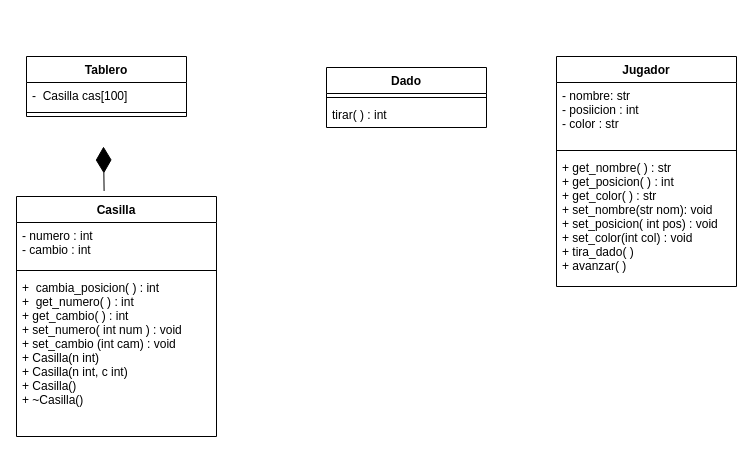
Before: Semana3/serpientes.drawio in GruposTEC/FJ22TC1033.201, a draw.io diagram. Source tidied: cells renumbered, new cells numbered last; positions are measured from the earlier drawing's top-left corner, leaving out a move shared by most shapes. Both pictures are drawn from the tidied source at 100%, with x=0, y=0 at pixel (16, 56).
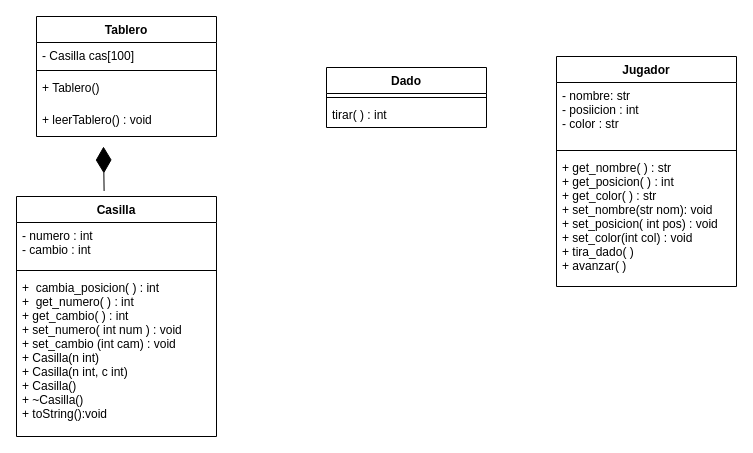
The same diagram, later.

The edit, as a diff of the source:
```diff
@@
 <mxGraphModel>
   <root>
     <mxCell id="0" />
     <mxCell id="1" parent="0" />
     <mxCell id="2" value="Casilla" style="swimlane;fontStyle=1;align=center;verticalAlign=top;horizontal=1;startSize=26;" parent="1" vertex="1">
       <mxGeometry y="140" width="200" height="240" as="geometry" />
     </mxCell>
     <mxCell id="3" value="- numero : int&#10;- cambio : int" style="text;strokeColor=none;fillColor=none;align=left;verticalAlign=top;spacingLeft=4;spacingRight=4;overflow=hidden;" parent="2" vertex="1">
       <mxGeometry y="26" width="200" height="44" as="geometry" />
     </mxCell>
     <mxCell id="4" style="line;strokeWidth=1;fillColor=none;align=left;verticalAlign=middle;spacingTop=-1;spacingLeft=3;spacingRight=3;labelPosition=right;" parent="2" vertex="1">
       <mxGeometry y="70" width="200" height="8" as="geometry" />
     </mxCell>
-    <mxCell id="5" value="+  cambia_posicion( ) : int&#10;+  get_numero( ) : int&#10;+ get_cambio( ) : int&#10;+ set_numero( int num ) : void&#10;+ set_cambio (int cam) : void&#10;+ Casilla(n int)&#10;+ Casilla(n int, c int)&#10;+ Casilla()&#10;+ ~Casilla()" style="text;strokeColor=none;fillColor=none;align=left;verticalAlign=top;spacingLeft=4;spacingRight=4;overflow=hidden;" parent="2" vertex="1">
+    <mxCell id="5" value="+  cambia_posicion( ) : int&#10;+  get_numero( ) : int&#10;+ get_cambio( ) : int&#10;+ set_numero( int num ) : void&#10;+ set_cambio (int cam) : void&#10;+ Casilla(n int)&#10;+ Casilla(n int, c int)&#10;+ Casilla()&#10;+ ~Casilla()&#10;+ toString():void" style="text;strokeColor=none;fillColor=none;align=left;verticalAlign=top;spacingLeft=4;spacingRight=4;overflow=hidden;" parent="2" vertex="1">
       <mxGeometry y="78" width="200" height="162" as="geometry" />
     </mxCell>
-    <mxCell id="6" value="Tablero" style="swimlane;fontStyle=1;align=center;verticalAlign=top;horizontal=1;startSize=26;" parent="1" vertex="1">
-      <mxGeometry x="10" width="160" height="60" as="geometry" />
-    </mxCell>
-    <mxCell id="7" value="-  Casilla cas[100]" style="text;strokeColor=none;fillColor=none;align=left;verticalAlign=top;spacingLeft=4;spacingRight=4;overflow=hidden;" parent="6" vertex="1">
-      <mxGeometry y="26" width="160" height="26" as="geometry" />
-    </mxCell>
-    <mxCell id="8" style="line;strokeWidth=1;fillColor=none;align=left;verticalAlign=middle;spacingTop=-1;spacingLeft=3;spacingRight=3;labelPosition=right;" parent="6" vertex="1">
-      <mxGeometry y="52" width="160" height="8" as="geometry" />
-    </mxCell>
     <mxCell id="9" style="endArrow=diamondThin;endFill=1;endSize=24;html=1;exitX=0.438;exitY=-0.023;exitDx=0;exitDy=0;exitPerimeter=0;entryX=0.481;entryY=1.154;entryDx=0;entryDy=0;entryPerimeter=0;" parent="1" edge="1" source="2">
       <mxGeometry relative="1" as="geometry">
         <mxPoint x="87" y="90" as="targetPoint" />
       </mxGeometry>
     </mxCell>
     <mxCell id="10" value="Dado" style="swimlane;fontStyle=1;align=center;verticalAlign=top;horizontal=1;startSize=26;" parent="1" vertex="1">
       <mxGeometry x="310" y="11" width="160" height="60" as="geometry" />
     </mxCell>
     <mxCell id="11" style="line;strokeWidth=1;fillColor=none;align=left;verticalAlign=middle;spacingTop=-1;spacingLeft=3;spacingRight=3;labelPosition=right;" parent="10" vertex="1">
       <mxGeometry y="26" width="160" height="8" as="geometry" />
     </mxCell>
     <mxCell id="12" value="tirar( ) : int" style="text;strokeColor=none;fillColor=none;align=left;verticalAlign=top;spacingLeft=4;spacingRight=4;overflow=hidden;" parent="10" vertex="1">
       <mxGeometry y="34" width="160" height="26" as="geometry" />
     </mxCell>
     <mxCell id="13" value="Jugador" style="swimlane;fontStyle=1;align=center;verticalAlign=top;horizontal=1;startSize=26;" parent="1" vertex="1">
       <mxGeometry x="540" width="180" height="230" as="geometry" />
     </mxCell>
     <mxCell id="14" value="- nombre: str&#10;- posiicion : int&#10;- color : str" style="text;strokeColor=none;fillColor=none;align=left;verticalAlign=top;spacingLeft=4;spacingRight=4;overflow=hidden;" parent="13" vertex="1">
       <mxGeometry y="26" width="180" height="64" as="geometry" />
     </mxCell>
     <mxCell id="15" style="line;strokeWidth=1;fillColor=none;align=left;verticalAlign=middle;spacingTop=-1;spacingLeft=3;spacingRight=3;labelPosition=right;" parent="13" vertex="1">
       <mxGeometry y="90" width="180" height="8" as="geometry" />
     </mxCell>
     <mxCell id="16" value="+ get_nombre( ) : str&#10;+ get_posicion( ) : int&#10;+ get_color( ) : str&#10;+ set_nombre(str nom): void&#10;+ set_posicion( int pos) : void&#10;+ set_color(int col) : void&#10;+ tira_dado( )&#10;+ avanzar( )&#10;" style="text;strokeColor=none;fillColor=none;align=left;verticalAlign=top;spacingLeft=4;spacingRight=4;overflow=hidden;" parent="13" vertex="1">
       <mxGeometry y="98" width="180" height="132" as="geometry" />
     </mxCell>
+    <mxCell id="6" value="Tablero" style="swimlane;fontStyle=1;align=center;verticalAlign=top;horizontal=1;startSize=26;" parent="1" vertex="1">
+      <mxGeometry x="20" y="-40" width="180" height="120" as="geometry" />
+    </mxCell>
+    <mxCell id="7" value="- Casilla cas[100]" style="text;strokeColor=none;fillColor=none;align=left;verticalAlign=top;spacingLeft=4;spacingRight=4;overflow=hidden;" parent="6" vertex="1">
+      <mxGeometry y="26" width="180" height="24" as="geometry" />
+    </mxCell>
+    <mxCell id="17" style="line;strokeWidth=1;fillColor=none;align=left;verticalAlign=middle;spacingTop=-1;spacingLeft=3;spacingRight=3;labelPosition=right;" parent="6" vertex="1">
+      <mxGeometry y="50" width="180" height="8" as="geometry" />
+    </mxCell>
+    <mxCell id="18" value="+ Tablero()&#10;" style="text;strokeColor=none;fillColor=none;align=left;verticalAlign=top;spacingLeft=4;spacingRight=4;overflow=hidden;" parent="6" vertex="1">
+      <mxGeometry y="58" width="180" height="32" as="geometry" />
+    </mxCell>
+    <mxCell id="19" value="+ leerTablero() : void" style="text;strokeColor=none;fillColor=none;align=left;verticalAlign=top;spacingLeft=4;spacingRight=4;overflow=hidden;" parent="6" vertex="1">
+      <mxGeometry y="90" width="180" height="30" as="geometry" />
+    </mxCell>
   </root>
 </mxGraphModel>
```
